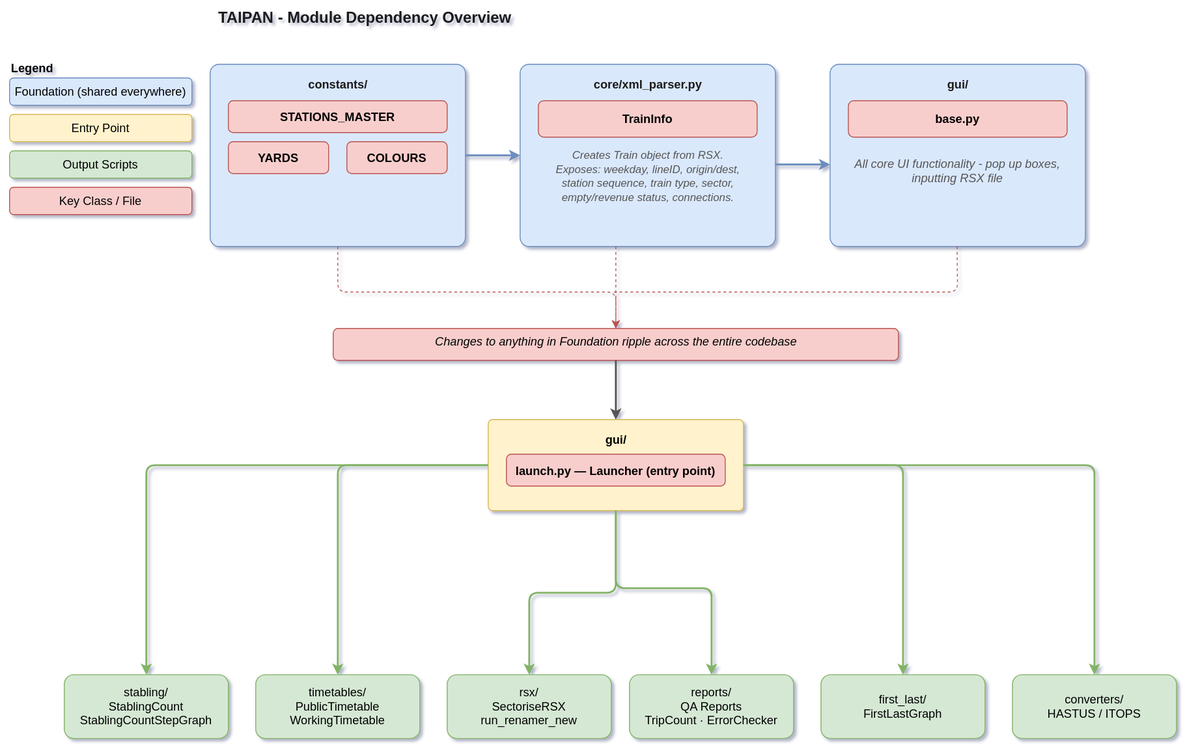
Before: taipan-diagram.drawio.svg, a diagram exported from draw.io (MTPTeam/Python_TTSummary). Source tidied: cells renumbered, new cells last; positions are measured from the earlier drawing's top-left corner, leaving out a move shared by most shapes.
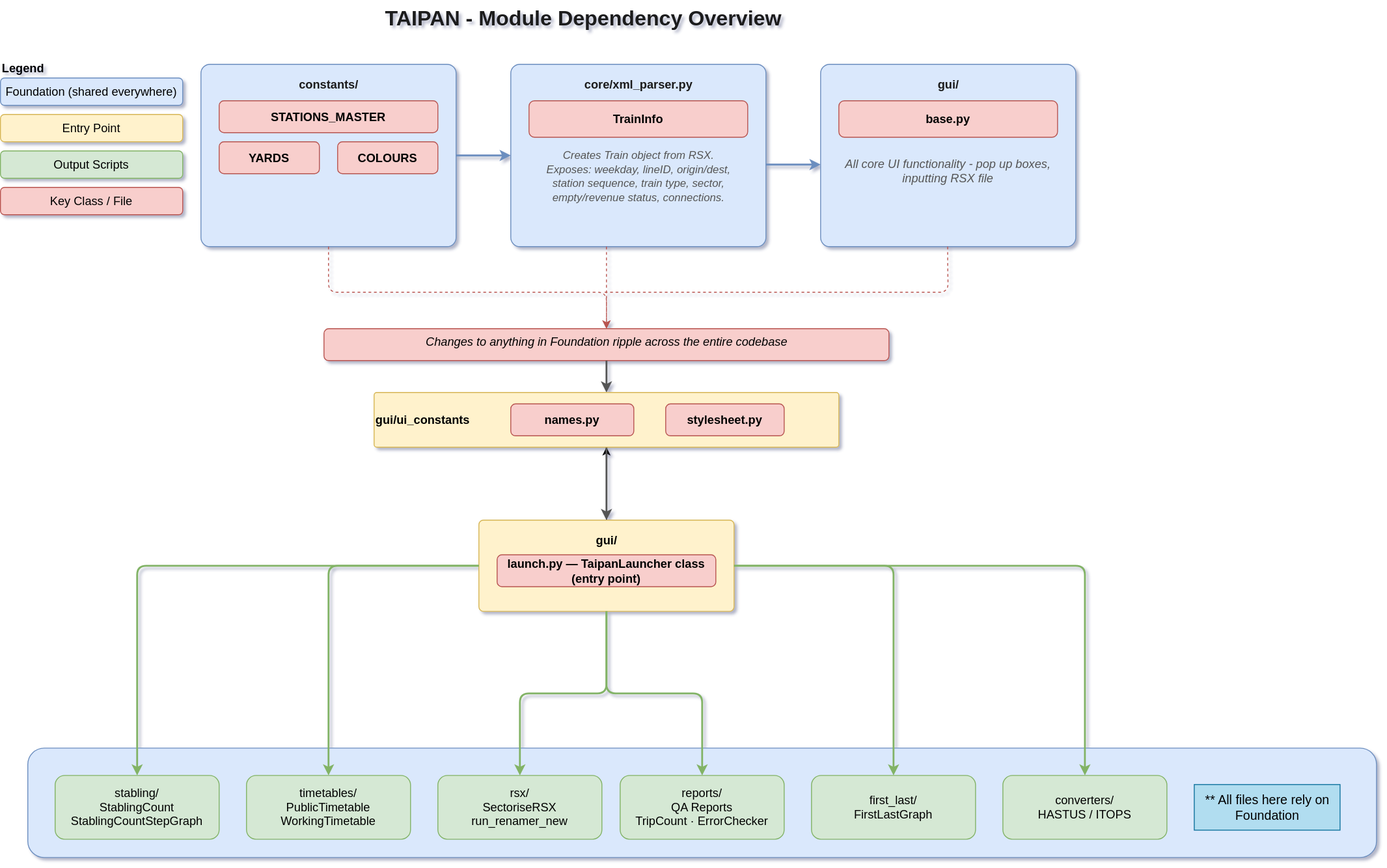
Above is the later version.

Commit message:
diagram updates for ui constants/dependencies

What changed in the source:
```diff
@@ -2,8 +2,11 @@
   <root>
     <mxCell id="0" />
     <mxCell id="1" parent="0" />
+    <mxCell id="44" style="rounded=1;whiteSpace=wrap;html=1;fillColor=#dae8fc;strokeColor=#6c8ebf;fontSize=13;" parent="1" vertex="1">
+      <mxGeometry x="40" y="820" width="1480" height="120" as="geometry" />
+    </mxCell>
-    <mxCell id="2" value="TAIPAN - Module Dependency Overview" style="text;html=1;strokeColor=none;fillColor=none;align=center;verticalAlign=middle;whiteSpace=wrap;rounded=0;fontSize=17;fontStyle=1;fontColor=#1a1a1a;" parent="1" vertex="1">
-      <mxGeometry width="800" height="40" as="geometry" />
+    <mxCell id="2" value="&lt;font style=&quot;font-size: 23px;&quot;&gt;TAIPAN - Module Dependency Overview&lt;/font&gt;" style="text;html=1;strokeColor=none;fillColor=none;align=center;verticalAlign=middle;whiteSpace=wrap;rounded=0;fontSize=17;fontStyle=1;fontColor=#1a1a1a;shadow=0;glass=0;" parent="1" vertex="1">
+      <mxGeometry x="250" width="800" height="40" as="geometry" />
     </mxCell>
     <mxCell id="3" value="Legend" style="text;html=1;strokeColor=none;fillColor=none;align=left;fontStyle=1;fontSize=13;" parent="1" vertex="1">
       <mxGeometry x="10" y="60" width="80" height="20" as="geometry" />
@@ -50,32 +53,35 @@
     <mxCell id="17" value="&amp;nbsp;Changes to anything in Foundation ripple across the entire codebase" style="text;html=1;strokeColor=#b85450;fillColor=#f8cecc;align=center;fontSize=13;fontStyle=2;rounded=1;" parent="1" vertex="1">
       <mxGeometry x="365" y="360" width="620" height="35" as="geometry" />
     </mxCell>
+    <mxCell id="45" style="edgeStyle=none;html=1;" parent="1" edge="1" source="18" target="47">
+      <mxGeometry relative="1" as="geometry" />
+    </mxCell>
     <mxCell id="18" style="rounded=1;whiteSpace=wrap;html=1;fillColor=#fff2cc;strokeColor=#d6b656;arcSize=5;fontSize=13;" parent="1" vertex="1">
-      <mxGeometry x="535" y="460" width="280" height="100" as="geometry" />
+      <mxGeometry x="535" y="570" width="280" height="100" as="geometry" />
     </mxCell>
     <mxCell id="19" value="gui/" style="text;html=1;strokeColor=none;fillColor=none;align=center;fontStyle=1;fontSize=13;" parent="1" vertex="1">
-      <mxGeometry x="535" y="468" width="280" height="25" as="geometry" />
+      <mxGeometry x="535" y="578" width="280" height="25" as="geometry" />
     </mxCell>
-    <mxCell id="20" value="launch.py  — Launcher (entry point)" style="rounded=1;whiteSpace=wrap;html=1;fillColor=#f8cecc;strokeColor=#b85450;fontSize=13;fontStyle=1;" parent="1" vertex="1">
-      <mxGeometry x="555" y="498" width="240" height="35" as="geometry" />
+    <mxCell id="20" value="launch.py  — TaipanLauncher class&amp;nbsp;&lt;div&gt;(entry point)&lt;/div&gt;" style="rounded=1;whiteSpace=wrap;html=1;fillColor=#f8cecc;strokeColor=#b85450;fontSize=13;fontStyle=1;" parent="1" vertex="1">
+      <mxGeometry x="555" y="608" width="240" height="35" as="geometry" />
     </mxCell>
     <mxCell id="21" value="stabling/&#10;StablingCount&#10;StablingCountStepGraph" style="rounded=1;whiteSpace=wrap;html=1;fillColor=#d5e8d4;strokeColor=#82b366;fontSize=13;" parent="1" vertex="1">
-      <mxGeometry x="70" y="740" width="180" height="70" as="geometry" />
+      <mxGeometry x="70" y="850" width="180" height="70" as="geometry" />
     </mxCell>
     <mxCell id="22" value="timetables/&#10;PublicTimetable&#10;WorkingTimetable" style="rounded=1;whiteSpace=wrap;html=1;fillColor=#d5e8d4;strokeColor=#82b366;fontSize=13;" parent="1" vertex="1">
-      <mxGeometry x="280" y="740" width="180" height="70" as="geometry" />
+      <mxGeometry x="280" y="850" width="180" height="70" as="geometry" />
     </mxCell>
     <mxCell id="23" value="rsx/&#10;SectoriseRSX&#10;run_renamer_new" style="rounded=1;whiteSpace=wrap;html=1;fillColor=#d5e8d4;strokeColor=#82b366;fontSize=13;" parent="1" vertex="1">
-      <mxGeometry x="490" y="740" width="180" height="70" as="geometry" />
+      <mxGeometry x="490" y="850" width="180" height="70" as="geometry" />
     </mxCell>
     <mxCell id="24" value="reports/&#10;QA Reports&#10;TripCount · ErrorChecker" style="rounded=1;whiteSpace=wrap;html=1;fillColor=#d5e8d4;strokeColor=#82b366;fontSize=13;" parent="1" vertex="1">
-      <mxGeometry x="690" y="740" width="180" height="70" as="geometry" />
+      <mxGeometry x="690" y="850" width="180" height="70" as="geometry" />
     </mxCell>
-    <mxCell id="25" value="first_last/&#10;FirstLastGraph" style="rounded=1;whiteSpace=wrap;html=1;fillColor=#d5e8d4;strokeColor=#82b366;fontSize=13;" parent="1" vertex="1">
-      <mxGeometry x="900" y="740" width="180" height="70" as="geometry" />
+    <mxCell id="25" value="first_last/&#10;FirstLastGraph" style="rounded=1;whiteSpace=wrap;html=1;fillColor=#d5e8d4;strokeColor=#82b366;fontSize=13;glass=0;shadow=0;" parent="1" vertex="1">
+      <mxGeometry x="900" y="850" width="180" height="70" as="geometry" />
     </mxCell>
     <mxCell id="26" value="converters/&lt;br&gt;HASTUS / ITOPS" style="rounded=1;whiteSpace=wrap;html=1;fillColor=#d5e8d4;strokeColor=#82b366;fontSize=13;" parent="1" vertex="1">
-      <mxGeometry x="1110" y="740" width="180" height="70" as="geometry" />
+      <mxGeometry x="1110" y="850" width="180" height="70" as="geometry" />
     </mxCell>
     <mxCell id="27" style="edgeStyle=orthogonalEdgeStyle;html=1;strokeColor=#6c8ebf;strokeWidth=2;exitX=1;exitY=0.5;exitDx=0;exitDy=0;entryX=0;entryY=0.5;entryDx=0;entryDy=0;fontSize=13;" parent="1" edge="1" source="8" target="13">
       <mxGeometry relative="1" as="geometry" />
@@ -96,7 +102,7 @@
         </Array>
       </mxGeometry>
     </mxCell>
-    <mxCell id="30" style="edgeStyle=orthogonalEdgeStyle;html=1;strokeColor=#555555;strokeWidth=2;fontSize=13;" parent="1" edge="1" source="17" target="18">
+    <mxCell id="30" style="edgeStyle=orthogonalEdgeStyle;html=1;strokeColor=#555555;strokeWidth=2;fontSize=13;" parent="1" edge="1" source="47" target="18">
       <mxGeometry relative="1" as="geometry" />
     </mxCell>
     <mxCell id="31" style="edgeStyle=orthogonalEdgeStyle;html=1;strokeColor=#82b366;strokeWidth=2;fontSize=13;" parent="1" edge="1" source="18" target="21">
@@ -111,22 +117,23 @@
     <mxCell id="34" style="edgeStyle=orthogonalEdgeStyle;html=1;strokeColor=#82b366;strokeWidth=2;fontSize=13;" parent="1" edge="1" source="18" target="24">
       <mxGeometry relative="1" as="geometry">
         <Array as="points">
-          <mxPoint x="675" y="645" />
-          <mxPoint x="780" y="645" />
+          <mxPoint x="675" y="760" />
+          <mxPoint x="780" y="760" />
         </Array>
       </mxGeometry>
     </mxCell>
-    <mxCell id="35" style="edgeStyle=orthogonalEdgeStyle;html=1;strokeColor=#82b366;strokeWidth=2;fontSize=13;" parent="1" edge="1" source="18" target="25">
+    <mxCell id="35" style="edgeStyle=orthogonalEdgeStyle;html=1;strokeColor=#82b366;strokeWidth=2;fontSize=13;entryX=0.5;entryY=0;entryDx=0;entryDy=0;" parent="1" edge="1" target="25">
       <mxGeometry relative="1" as="geometry">
+        <mxPoint x="815" y="620" as="sourcePoint" />
         <Array as="points">
-          <mxPoint x="990" y="510" />
+          <mxPoint x="990" y="620" />
         </Array>
       </mxGeometry>
     </mxCell>
     <mxCell id="36" style="edgeStyle=orthogonalEdgeStyle;html=1;strokeColor=#82b366;strokeWidth=2;fontSize=13;" parent="1" edge="1" source="18" target="26">
       <mxGeometry relative="1" as="geometry" />
     </mxCell>
-    <mxCell id="37" style="group;" parent="1" vertex="1">
+    <mxCell id="37" style="group;glass=0;rounded=0;" parent="1" vertex="1">
       <mxGeometry x="910" y="70" width="280" height="200" as="geometry" />
     </mxCell>
     <mxCell id="38" style="rounded=1;whiteSpace=wrap;html=1;fillColor=#dae8fc;strokeColor=#6c8ebf;fontSize=13;verticalAlign=top;arcSize=5;" parent="37" vertex="1">
@@ -157,5 +164,20 @@
         </Array>
       </mxGeometry>
     </mxCell>
+    <mxCell id="46" style="edgeStyle=orthogonalEdgeStyle;html=1;strokeColor=#555555;strokeWidth=2;fontSize=13;" parent="1" edge="1" source="17" target="47">
+      <mxGeometry relative="1" as="geometry" />
+    </mxCell>
+    <mxCell id="47" value="&lt;span style=&quot;color: rgb(0, 0, 0); font-weight: 700; text-wrap-mode: nowrap;&quot;&gt;&amp;nbsp; &amp;nbsp;gui/ui_constants&lt;/span&gt;" style="whiteSpace=wrap;html=1;fontSize=13;fillColor=#fff2cc;strokeColor=#d6b656;rounded=1;arcSize=5;align=left;" parent="1" vertex="1">
+      <mxGeometry x="420" y="430" width="510" height="60" as="geometry" />
+    </mxCell>
+    <mxCell id="48" value="names.py" style="rounded=1;whiteSpace=wrap;html=1;fillColor=#f8cecc;strokeColor=#b85450;fontSize=13;fontStyle=1;" parent="1" vertex="1">
+      <mxGeometry x="570" y="442.5" width="135" height="35" as="geometry" />
+    </mxCell>
+    <mxCell id="49" value="stylesheet.py" style="rounded=1;whiteSpace=wrap;html=1;fillColor=#f8cecc;strokeColor=#b85450;fontSize=13;fontStyle=1;" parent="1" vertex="1">
+      <mxGeometry x="740" y="442.5" width="130" height="35" as="geometry" />
+    </mxCell>
+    <mxCell id="50" value="** All files here rely on&lt;div&gt;Foundation&lt;/div&gt;" style="text;html=1;align=center;verticalAlign=middle;fillColor=#b1ddf0;strokeColor=#10739e;fontSize=14;" parent="1" vertex="1">
+      <mxGeometry x="1320" y="860" width="160" height="50" as="geometry" />
+    </mxCell>
   </root>
 </mxGraphModel>
```
